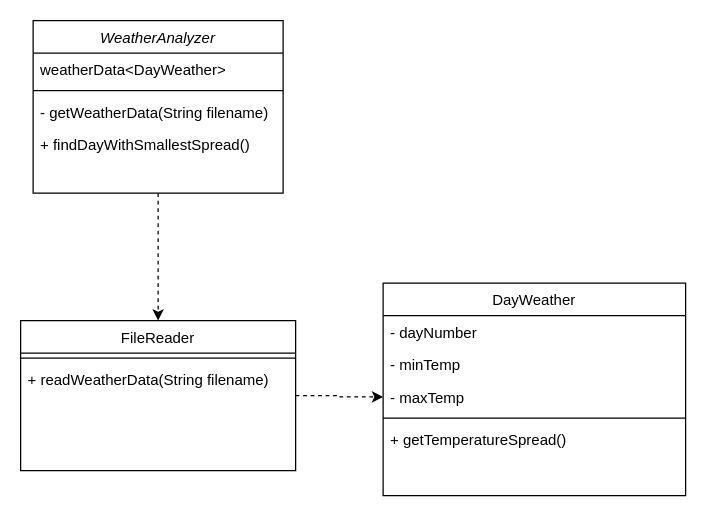
Earlier version of the draw.io diagram doc/weatherdata.drawio (JonathanKit/programming-challenge). Source tidied: cells renumbered, new cells numbered last; positions are measured from the earlier drawing's top-left corner, leaving out a move shared by most shapes. Both pictures are drawn from the tidied source at 125%, with x=0, y=0 at pixel (20, 20).
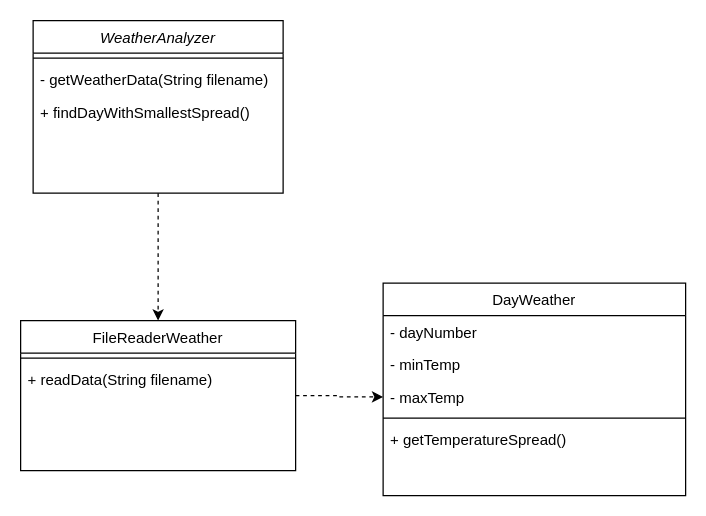
The same page after the edit.

Commit message:
Updated weatherdata diagramm after refactoring

What changed in the source:
```diff
@@
 <mxGraphModel>
   <root>
     <mxCell id="0" />
     <mxCell id="1" parent="0" />
     <mxCell id="2" style="edgeStyle=orthogonalEdgeStyle;rounded=0;jettySize=auto;html=1;entryX=0.5;entryY=0;entryDx=0;entryDy=0;dashed=1;" parent="1" edge="1" source="3" target="9">
       <mxGeometry relative="1" as="geometry" />
     </mxCell>
     <mxCell id="3" value="WeatherAnalyzer" style="swimlane;fontStyle=2;align=center;verticalAlign=top;horizontal=1;startSize=26;rounded=0;shadow=0;strokeWidth=1;" parent="1" vertex="1">
       <mxGeometry x="10" width="200" height="138" as="geometry" />
     </mxCell>
-    <mxCell id="4" value="weatherData&lt;DayWeather&gt;" style="text;align=left;verticalAlign=top;spacingLeft=4;spacingRight=4;overflow=hidden;" parent="3" vertex="1">
-      <mxGeometry y="26" width="200" height="26" as="geometry" />
-    </mxCell>
     <mxCell id="5" style="line;html=1;strokeWidth=1;align=left;verticalAlign=middle;spacingTop=-1;spacingLeft=3;spacingRight=3;labelPosition=right;" parent="3" vertex="1">
-      <mxGeometry y="52" width="200" height="8" as="geometry" />
+      <mxGeometry y="26" width="200" height="8" as="geometry" />
     </mxCell>
     <mxCell id="6" value="- getWeatherData(String filename)" style="text;align=left;verticalAlign=top;spacingLeft=4;spacingRight=4;overflow=hidden;" parent="3" vertex="1">
-      <mxGeometry y="60" width="200" height="26" as="geometry" />
+      <mxGeometry y="34" width="200" height="26" as="geometry" />
     </mxCell>
     <mxCell id="7" value="+ findDayWithSmallestSpread()" style="text;align=left;verticalAlign=top;spacingLeft=4;spacingRight=4;overflow=hidden;" parent="3" vertex="1">
-      <mxGeometry y="86" width="200" height="26" as="geometry" />
+      <mxGeometry y="60" width="200" height="26" as="geometry" />
     </mxCell>
     <mxCell id="8" style="edgeStyle=orthogonalEdgeStyle;rounded=0;jettySize=auto;html=1;entryX=0;entryY=0.5;entryDx=0;entryDy=0;dashed=1;" parent="1" edge="1" source="9" target="15">
       <mxGeometry relative="1" as="geometry" />
     </mxCell>
-    <mxCell id="9" value="FileReader" style="swimlane;fontStyle=0;align=center;verticalAlign=top;horizontal=1;startSize=26;rounded=0;shadow=0;strokeWidth=1;" parent="1" vertex="1">
+    <mxCell id="9" value="FileReaderWeather" style="swimlane;fontStyle=0;align=center;verticalAlign=top;horizontal=1;startSize=26;rounded=0;shadow=0;strokeWidth=1;" parent="1" vertex="1">
       <mxGeometry y="240" width="220" height="120" as="geometry" />
     </mxCell>
     <mxCell id="10" style="line;html=1;strokeWidth=1;align=left;verticalAlign=middle;spacingTop=-1;spacingLeft=3;spacingRight=3;labelPosition=right;" parent="9" vertex="1">
       <mxGeometry y="26" width="220" height="8" as="geometry" />
     </mxCell>
-    <mxCell id="11" value="+ readWeatherData(String filename)" style="text;align=left;verticalAlign=top;spacingLeft=4;spacingRight=4;overflow=hidden;" parent="9" vertex="1">
+    <mxCell id="11" value="+ readData(String filename)" style="text;align=left;verticalAlign=top;spacingLeft=4;spacingRight=4;overflow=hidden;" parent="9" vertex="1">
       <mxGeometry y="34" width="220" height="26" as="geometry" />
     </mxCell>
     <mxCell id="12" value="DayWeather" style="swimlane;fontStyle=0;align=center;verticalAlign=top;horizontal=1;startSize=26;rounded=0;shadow=0;strokeWidth=1;" parent="1" vertex="1">
       <mxGeometry x="290" y="210" width="242" height="170" as="geometry" />
     </mxCell>
     <mxCell id="13" value="- dayNumber" style="text;align=left;verticalAlign=top;spacingLeft=4;spacingRight=4;overflow=hidden;" parent="12" vertex="1">
       <mxGeometry y="26" width="242" height="26" as="geometry" />
     </mxCell>
     <mxCell id="14" value="- minTemp" style="text;align=left;verticalAlign=top;spacingLeft=4;spacingRight=4;overflow=hidden;rounded=0;shadow=0;html=0;" parent="12" vertex="1">
       <mxGeometry y="52" width="242" height="26" as="geometry" />
     </mxCell>
     <mxCell id="15" value="- maxTemp" style="text;align=left;verticalAlign=top;spacingLeft=4;spacingRight=4;overflow=hidden;points=[[0,0.5],[1,0.5]];portConstraint=eastwest;rounded=0;shadow=0;html=0;" parent="12" vertex="1">
       <mxGeometry y="78" width="242" height="26" as="geometry" />
     </mxCell>
     <mxCell id="16" style="line;html=1;strokeWidth=1;align=left;verticalAlign=middle;spacingTop=-1;spacingLeft=3;spacingRight=3;labelPosition=right;" parent="12" vertex="1">
       <mxGeometry y="104" width="242" height="8" as="geometry" />
     </mxCell>
     <mxCell id="17" value="+ getTemperatureSpread()" style="text;align=left;verticalAlign=top;spacingLeft=4;spacingRight=4;overflow=hidden;" parent="12" vertex="1">
       <mxGeometry y="112" width="242" height="26" as="geometry" />
     </mxCell>
   </root>
 </mxGraphModel>
```
